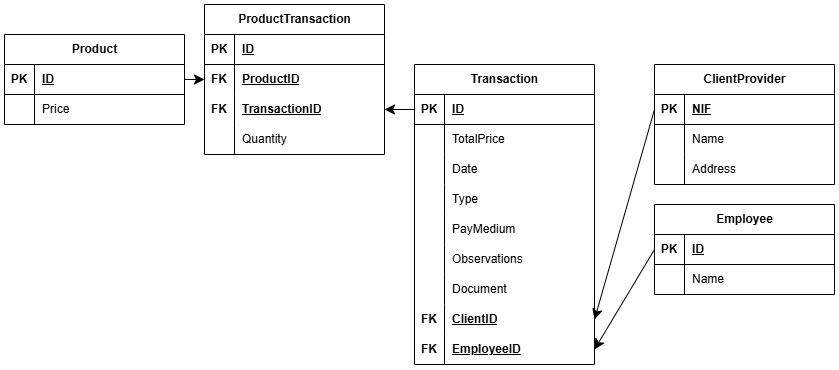
The draw.io diagram img/modelo_relacional.png in magnitopic/DataExercise, before a commit. Source tidied: cells renumbered, new cells last; positions are measured from the earlier drawing's top-left corner, leaving out a move shared by most shapes.
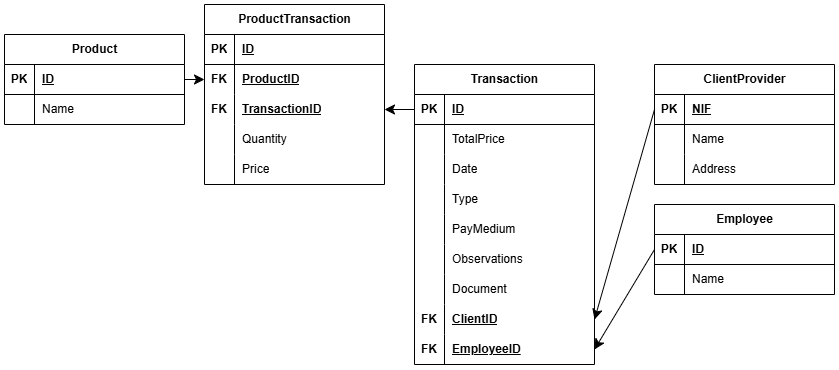
The same diagram one commit later.

Change to the diagram source:
```diff
@@ -161,11 +161,11 @@
     <mxCell id="54" style="shape=partialRectangle;fillColor=none;top=0;left=0;bottom=0;right=0;overflow=hidden;whiteSpace=wrap;html=1;" parent="53" vertex="1">
       <mxGeometry width="30" height="30" as="geometry" />
     </mxCell>
-    <mxCell id="55" value="Price" style="shape=partialRectangle;fillColor=none;top=0;left=0;bottom=0;right=0;align=left;spacingLeft=6;overflow=hidden;whiteSpace=wrap;html=1;" parent="53" vertex="1">
+    <mxCell id="55" value="Name" style="shape=partialRectangle;fillColor=none;top=0;left=0;bottom=0;right=0;align=left;spacingLeft=6;overflow=hidden;whiteSpace=wrap;html=1;" parent="53" vertex="1">
       <mxGeometry x="30" width="150" height="30" as="geometry" />
     </mxCell>
     <mxCell id="56" value="ProductTransaction" style="shape=table;startSize=30;rowLines=0;fontStyle=1;align=center;html=1;" parent="1" vertex="1">
-      <mxGeometry x="200" width="180" height="150" as="geometry" />
+      <mxGeometry x="200" width="180" height="180" as="geometry" />
     </mxCell>
     <mxCell id="57" style="shape=tableRow;horizontal=0;startSize=0;swimlaneHead=0;swimlaneBody=0;fillColor=none;top=0;left=0;right=0;bottom=1;" parent="56" vertex="1">
       <mxGeometry y="30" width="180" height="30" as="geometry" />
@@ -203,6 +203,15 @@
     <mxCell id="68" value="Quantity" style="shape=partialRectangle;fillColor=none;top=0;left=0;bottom=0;right=0;align=left;spacingLeft=6;overflow=hidden;whiteSpace=wrap;html=1;" parent="66" vertex="1">
       <mxGeometry x="30" width="150" height="30" as="geometry" />
     </mxCell>
+    <mxCell id="71" style="shape=tableRow;horizontal=0;startSize=0;swimlaneHead=0;swimlaneBody=0;fillColor=none;top=0;left=0;right=0;bottom=0;" parent="56" vertex="1">
+      <mxGeometry y="150" width="180" height="30" as="geometry" />
+    </mxCell>
+    <mxCell id="72" style="shape=partialRectangle;fillColor=none;top=0;left=0;bottom=0;right=0;overflow=hidden;whiteSpace=wrap;html=1;" parent="71" vertex="1">
+      <mxGeometry width="30" height="30" as="geometry" />
+    </mxCell>
+    <mxCell id="73" value="Price" style="shape=partialRectangle;fillColor=none;top=0;left=0;bottom=0;right=0;align=left;spacingLeft=6;overflow=hidden;whiteSpace=wrap;html=1;" parent="71" vertex="1">
+      <mxGeometry x="30" width="150" height="30" as="geometry" />
+    </mxCell>
     <mxCell id="69" style="edgeStyle=none;curved=1;rounded=0;jettySize=auto;html=1;exitX=1;exitY=0.5;exitDx=0;exitDy=0;entryX=0;entryY=0.5;entryDx=0;entryDy=0;fontSize=12;startSize=8;endSize=8;" parent="1" edge="1" source="50" target="60">
       <mxGeometry relative="1" as="geometry" />
     </mxCell>
```
